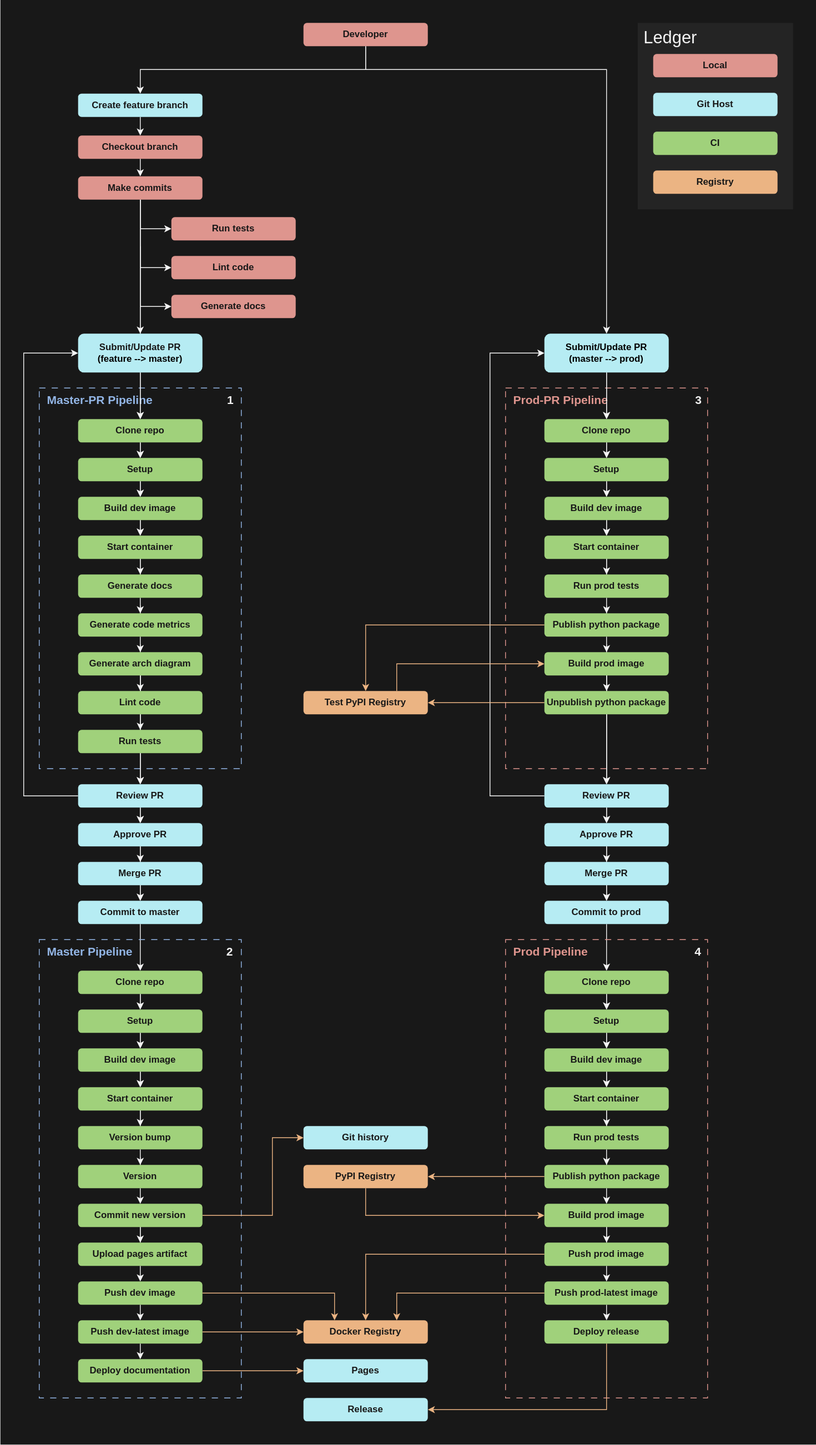
This is resources/ci.svg from theNewFlesh/cookiecutter-datalus, a draw.io export, as it was before one commit. Source tidied: cells renumbered, new cells last; positions are measured from the earlier drawing's top-left corner, leaving out a move shared by most shapes.
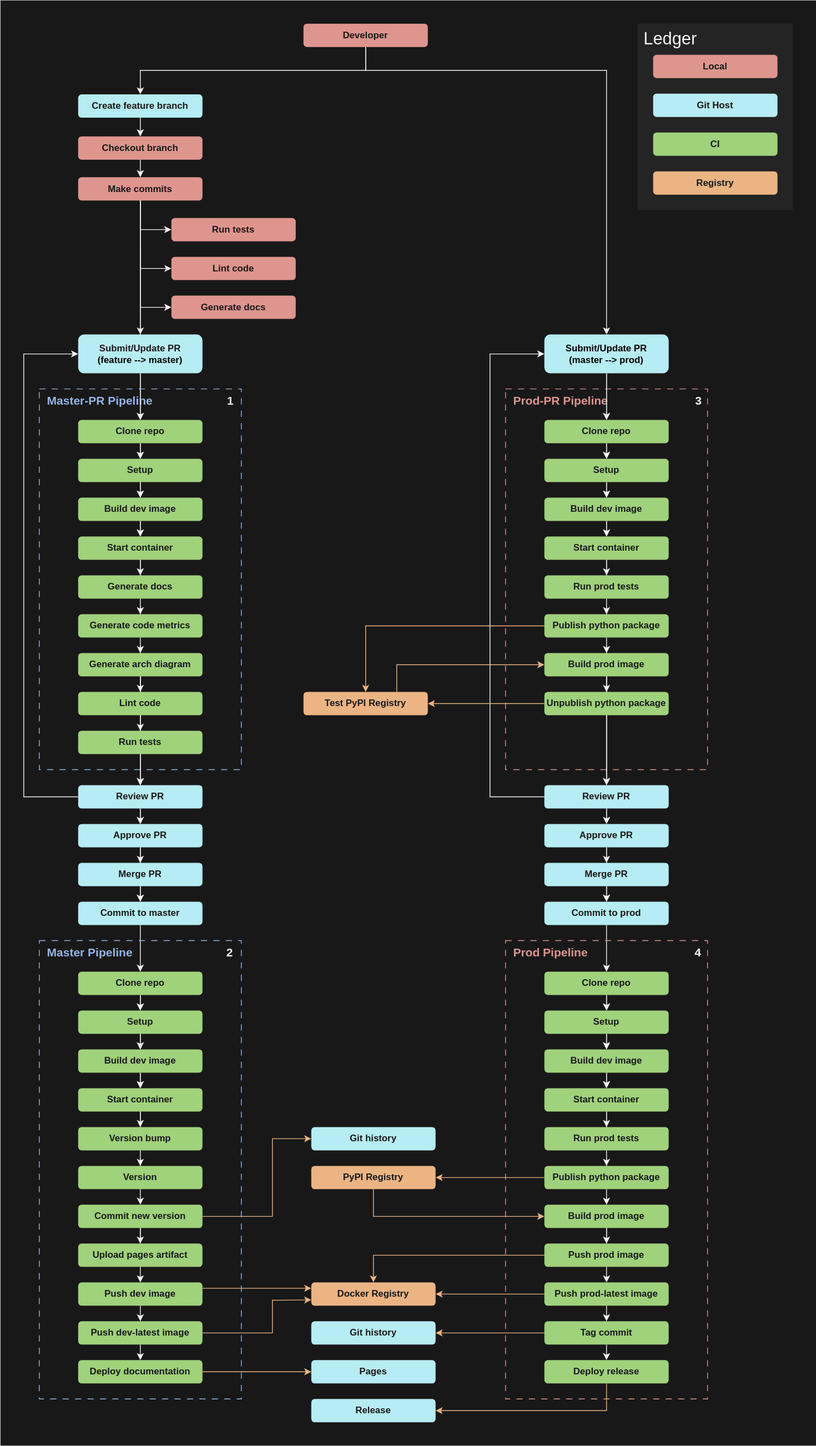
Above is the later version.

The edit, as a diff of the source:
```diff
@@ -265,12 +265,8 @@
     <mxCell id="71" style="edgeStyle=none;html=1;entryX=0.5;entryY=0;entryDx=0;entryDy=0;strokeColor=light-dark(#F4F4F4,#F4F4F4);" parent="4" edge="1" source="73" target="76">
       <mxGeometry relative="1" as="geometry" />
     </mxCell>
-    <mxCell id="72" style="edgeStyle=none;html=1;entryX=0.25;entryY=0;entryDx=0;entryDy=0;rounded=0;curved=0;strokeColor=light-dark(#EBB483,#EBB483);" parent="4" edge="1" source="73" target="79">
-      <mxGeometry relative="1" as="geometry">
-        <Array as="points">
-          <mxPoint x="430" y="1665" />
-        </Array>
-      </mxGeometry>
+    <mxCell id="72" style="edgeStyle=none;html=1;entryX=0;entryY=0.25;entryDx=0;entryDy=0;rounded=0;curved=0;strokeColor=light-dark(#EBB483,#EBB483);exitX=1;exitY=0.25;exitDx=0;exitDy=0;" parent="4" edge="1" source="73" target="79">
+      <mxGeometry relative="1" as="geometry" />
     </mxCell>
     <mxCell id="73" value="Push dev image" style="rounded=1;whiteSpace=wrap;html=1;fillColor=light-dark(#A0D17B,#A0D17B);strokeColor=none;fontColor=light-dark(#181818,#181818);fontStyle=1;" parent="4" vertex="1">
       <mxGeometry x="100" y="1650" width="160" height="30" as="geometry" />
@@ -278,8 +274,13 @@
     <mxCell id="74" style="edgeStyle=none;html=1;entryX=0.5;entryY=0;entryDx=0;entryDy=0;strokeColor=light-dark(#F4F4F4,#F4F4F4);" parent="4" edge="1" source="76" target="78">
       <mxGeometry relative="1" as="geometry" />
     </mxCell>
-    <mxCell id="75" style="edgeStyle=none;html=1;entryX=0;entryY=0.5;entryDx=0;entryDy=0;strokeColor=light-dark(#EBB483,#EBB483);" parent="4" edge="1" source="76" target="79">
-      <mxGeometry relative="1" as="geometry" />
+    <mxCell id="75" style="edgeStyle=none;html=1;entryX=0;entryY=0.75;entryDx=0;entryDy=0;strokeColor=light-dark(#EBB483,#EBB483);rounded=0;curved=0;" parent="4" edge="1" source="76" target="79">
+      <mxGeometry relative="1" as="geometry">
+        <Array as="points">
+          <mxPoint x="350" y="1715" />
+          <mxPoint x="350" y="1673" />
+        </Array>
+      </mxGeometry>
     </mxCell>
     <mxCell id="76" value="Push dev-latest image" style="rounded=1;whiteSpace=wrap;html=1;fillColor=light-dark(#A0D17B,#A0D17B);strokeColor=none;fontColor=light-dark(#181818,#181818);fontStyle=1;" parent="4" vertex="1">
       <mxGeometry x="100" y="1700" width="160" height="30" as="geometry" />
@@ -291,10 +292,10 @@
       <mxGeometry x="100" y="1750" width="160" height="30" as="geometry" />
     </mxCell>
     <mxCell id="79" value="Docker Registry" style="rounded=1;whiteSpace=wrap;html=1;fillColor=light-dark(#EBB483,#EBB483);strokeColor=none;fontColor=light-dark(#181818,#181818);fontStyle=1;" parent="4" vertex="1">
-      <mxGeometry x="390" y="1700" width="160" height="30" as="geometry" />
+      <mxGeometry x="400" y="1650" width="160" height="30" as="geometry" />
     </mxCell>
     <mxCell id="80" value="Pages" style="rounded=1;whiteSpace=wrap;html=1;fillColor=light-dark(#B6ECF3,#B6ECF3);strokeColor=none;fontColor=light-dark(#181818,#181818);fontStyle=1;" parent="4" vertex="1">
-      <mxGeometry x="390" y="1750" width="160" height="30" as="geometry" />
+      <mxGeometry x="400" y="1750" width="160" height="30" as="geometry" />
     </mxCell>
     <mxCell id="81" value="&amp;nbsp; Prod-PR Pipeline&amp;nbsp; &amp;nbsp; &amp;nbsp; &amp;nbsp; &amp;nbsp; &amp;nbsp; &amp;nbsp; &amp;nbsp; &amp;nbsp; &amp;nbsp; &amp;nbsp; &amp;nbsp; &amp;nbsp; &amp;nbsp;&lt;font style=&quot;color: light-dark(rgb(244, 244, 244), rgb(244, 244, 244));&quot;&gt;3&lt;/font&gt;" style="rounded=0;whiteSpace=wrap;html=1;fillColor=none;strokeColor=light-dark(#DE958E,#DE958E);fontColor=light-dark(#DE958E,#DE958E);fontStyle=1;dashed=1;dashPattern=8 8;align=left;verticalAlign=top;fontSize=15;" parent="4" vertex="1">
       <mxGeometry x="650" y="500" width="260" height="490" as="geometry" />
@@ -540,24 +541,22 @@
     <mxCell id="145" style="edgeStyle=none;html=1;entryX=0.5;entryY=0;entryDx=0;entryDy=0;exitX=0;exitY=0.5;exitDx=0;exitDy=0;rounded=0;curved=0;strokeColor=light-dark(#EBB483,#EBB483);" parent="4" edge="1" source="146" target="79">
       <mxGeometry relative="1" as="geometry">
         <Array as="points">
-          <mxPoint x="470" y="1615" />
+          <mxPoint x="480" y="1615" />
         </Array>
       </mxGeometry>
     </mxCell>
     <mxCell id="146" value="Push prod image" style="rounded=1;whiteSpace=wrap;html=1;fillColor=light-dark(#A0D17B,#A0D17B);strokeColor=none;fontColor=light-dark(#181818,#181818);fontStyle=1;" parent="4" vertex="1">
       <mxGeometry x="700" y="1600" width="160" height="30" as="geometry" />
     </mxCell>
-    <mxCell id="147" style="edgeStyle=none;html=1;entryX=0.5;entryY=0;entryDx=0;entryDy=0;strokeColor=light-dark(#F4F4F4,#F4F4F4);" parent="4" edge="1" source="149" target="151">
+    <mxCell id="147" style="edgeStyle=none;html=1;entryX=0.5;entryY=0;entryDx=0;entryDy=0;strokeColor=light-dark(#F4F4F4,#F4F4F4);exitX=0.5;exitY=1;exitDx=0;exitDy=0;" parent="4" edge="1" source="179" target="151">
       <mxGeometry relative="1" as="geometry" />
     </mxCell>
-    <mxCell id="148" style="edgeStyle=none;html=1;rounded=0;curved=0;strokeColor=light-dark(#EBB483,#EBB483);" parent="4" edge="1" source="149">
-      <mxGeometry relative="1" as="geometry">
-        <mxPoint x="510" y="1700" as="targetPoint" />
-        <Array as="points">
-          <mxPoint x="510" y="1665" />
-        </Array>
-      </mxGeometry>
+    <mxCell id="148" style="edgeStyle=none;html=1;rounded=0;curved=0;strokeColor=light-dark(#EBB483,#EBB483);entryX=1;entryY=0.5;entryDx=0;entryDy=0;" parent="4" edge="1" source="149" target="79">
+      <mxGeometry relative="1" as="geometry" />
     </mxCell>
+    <mxCell id="177" style="edgeStyle=none;html=1;entryX=0.5;entryY=0;entryDx=0;entryDy=0;strokeColor=light-dark(#F4F4F4,#F4F4F4);" parent="4" edge="1" source="149" target="179">
+      <mxGeometry relative="1" as="geometry" />
+    </mxCell>
     <mxCell id="149" value="Push prod-latest image" style="rounded=1;whiteSpace=wrap;html=1;fillColor=light-dark(#A0D17B,#A0D17B);strokeColor=none;fontColor=light-dark(#181818,#181818);fontStyle=1;" parent="4" vertex="1">
       <mxGeometry x="700" y="1650" width="160" height="30" as="geometry" />
     </mxCell>
@@ -569,7 +568,7 @@
       </mxGeometry>
     </mxCell>
     <mxCell id="151" value="Deploy release" style="rounded=1;whiteSpace=wrap;html=1;fillColor=light-dark(#A0D17B,#A0D17B);strokeColor=none;fontColor=light-dark(#181818,#181818);fontStyle=1;" parent="4" vertex="1">
-      <mxGeometry x="700" y="1700" width="160" height="30" as="geometry" />
+      <mxGeometry x="700" y="1750" width="160" height="30" as="geometry" />
     </mxCell>
     <mxCell id="152" style="edgeStyle=none;html=1;entryX=0;entryY=0.5;entryDx=0;entryDy=0;exitX=0.75;exitY=0;exitDx=0;exitDy=0;rounded=0;curved=0;strokeColor=light-dark(#EBB483,#EBB483);" parent="4" edge="1" source="153" target="115">
       <mxGeometry relative="1" as="geometry">
@@ -584,15 +583,15 @@
     <mxCell id="154" style="edgeStyle=none;html=1;entryX=0;entryY=0.5;entryDx=0;entryDy=0;rounded=0;curved=0;strokeColor=light-dark(#EBB483,#EBB483);" parent="4" edge="1" source="155" target="143">
       <mxGeometry relative="1" as="geometry">
         <Array as="points">
-          <mxPoint x="470" y="1565" />
+          <mxPoint x="480" y="1565" />
         </Array>
       </mxGeometry>
     </mxCell>
     <mxCell id="155" value="PyPI Registry" style="rounded=1;whiteSpace=wrap;html=1;fillColor=light-dark(#EBB483,#EBB483);strokeColor=none;fontColor=light-dark(#181818,#181818);fontStyle=1;" parent="4" vertex="1">
-      <mxGeometry x="390" y="1500" width="160" height="30" as="geometry" />
+      <mxGeometry x="400" y="1500" width="160" height="30" as="geometry" />
     </mxCell>
     <mxCell id="156" value="Release" style="rounded=1;whiteSpace=wrap;html=1;fillColor=light-dark(#B6ECF3,#B6ECF3);strokeColor=none;fontColor=light-dark(#181818,#181818);fontStyle=1;" parent="4" vertex="1">
-      <mxGeometry x="390" y="1800" width="160" height="30" as="geometry" />
+      <mxGeometry x="400" y="1800" width="160" height="30" as="geometry" />
     </mxCell>
     <mxCell id="157" style="edgeStyle=none;html=1;rounded=0;curved=0;exitX=0.5;exitY=1;exitDx=0;exitDy=0;strokeColor=light-dark(#F4F4F4,#F4F4F4);" parent="4" edge="1" source="159" target="161">
       <mxGeometry relative="1" as="geometry">
@@ -662,7 +661,7 @@
       <mxGeometry x="220" y="330" width="160" height="30" as="geometry" />
     </mxCell>
     <mxCell id="172" value="Git history" style="rounded=1;whiteSpace=wrap;html=1;fillColor=light-dark(#B6ECF3,#B6ECF3);strokeColor=none;fontColor=light-dark(#181818,#181818);fontStyle=1;" parent="4" vertex="1">
-      <mxGeometry x="390" y="1450" width="160" height="30" as="geometry" />
+      <mxGeometry x="400" y="1450" width="160" height="30" as="geometry" />
     </mxCell>
     <mxCell id="173" value="Git Host" style="rounded=1;whiteSpace=wrap;html=1;fillColor=light-dark(#B6ECF3,#B6ECF3);strokeColor=none;fontColor=light-dark(#181818,#181818);fontStyle=1;" parent="4" vertex="1">
       <mxGeometry x="840" y="120" width="160" height="30" as="geometry" />
@@ -676,5 +675,14 @@
     <mxCell id="176" value="Local" style="rounded=1;whiteSpace=wrap;html=1;fillColor=light-dark(#DE958E,#DE958E);strokeColor=none;fontColor=light-dark(#181818,#181818);fontStyle=1;" parent="4" vertex="1">
       <mxGeometry x="840" y="70" width="160" height="30" as="geometry" />
     </mxCell>
+    <mxCell id="178" style="edgeStyle=none;html=1;entryX=1;entryY=0.5;entryDx=0;entryDy=0;strokeColor=light-dark(#EBB483,#EBB483);" parent="4" edge="1" source="179" target="180">
+      <mxGeometry relative="1" as="geometry" />
+    </mxCell>
+    <mxCell id="179" value="Tag commit" style="rounded=1;whiteSpace=wrap;html=1;fillColor=light-dark(#A0D17B,#A0D17B);strokeColor=none;fontColor=light-dark(#181818,#181818);fontStyle=1;" parent="4" vertex="1">
+      <mxGeometry x="700" y="1700" width="160" height="30" as="geometry" />
+    </mxCell>
+    <mxCell id="180" value="Git history" style="rounded=1;whiteSpace=wrap;html=1;fillColor=light-dark(#B6ECF3,#B6ECF3);strokeColor=none;fontColor=light-dark(#181818,#181818);fontStyle=1;" parent="4" vertex="1">
+      <mxGeometry x="400" y="1700" width="160" height="30" as="geometry" />
+    </mxCell>
   </root>
 </mxGraphModel>
```
